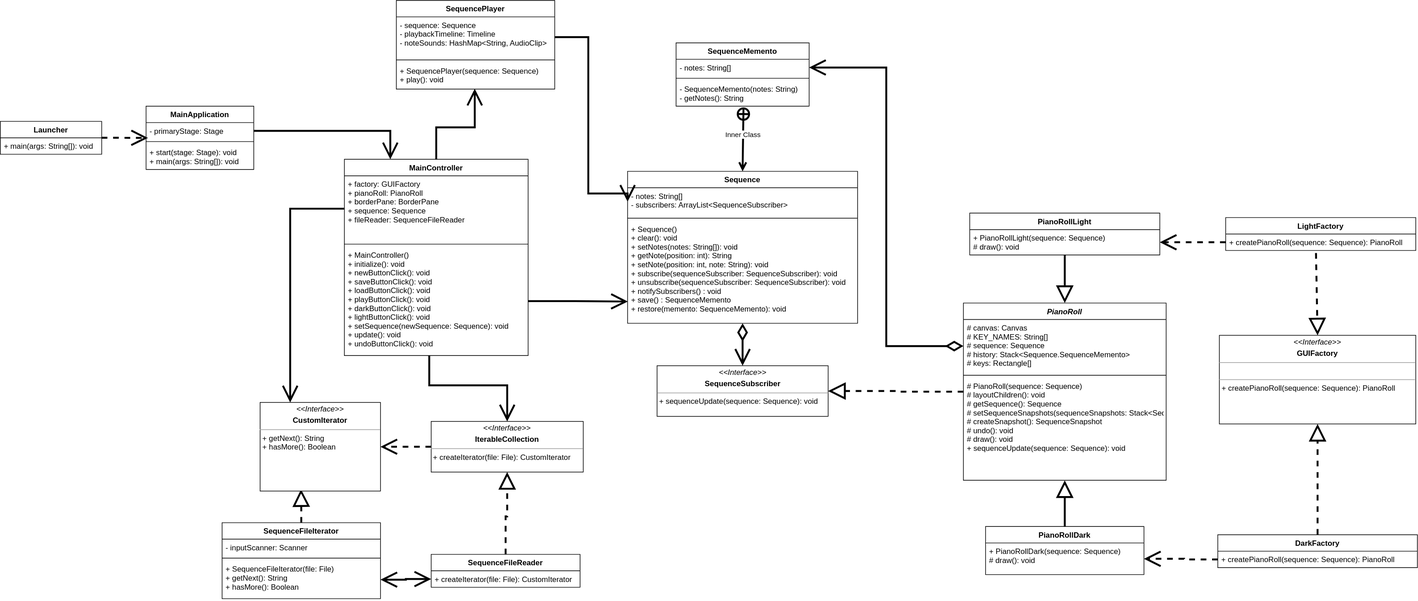
shanepelletier/sequence-o-matic keeps this draw.io diagram as doc/sequence-o-matic-UML.drawio.svg. Above is the earlier version. Source tidied: cells renumbered, new cells last; positions are measured from the earlier drawing's top-left corner, leaving out a move shared by most shapes.
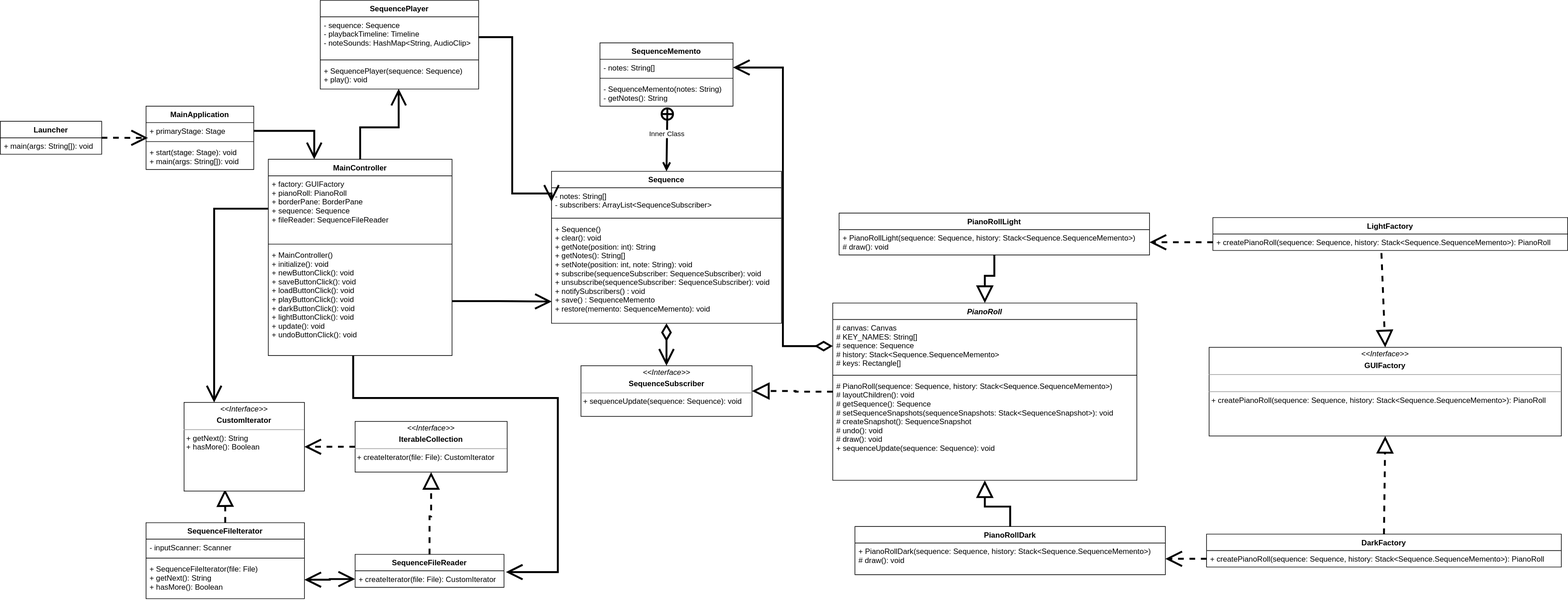
Above is the later version.

Change to the diagram source:
```diff
@@ -3,15 +3,15 @@
     <mxCell id="0" />
     <mxCell id="1" parent="0" />
     <mxCell id="2" value="DarkFactory" style="swimlane;fontStyle=1;align=center;verticalAlign=top;horizontal=1;startSize=26;" parent="1" vertex="1">
-      <mxGeometry x="1921.5" y="844" width="315" height="52" as="geometry" />
+      <mxGeometry x="2024" y="843" width="560" height="52" as="geometry" />
     </mxCell>
-    <mxCell id="3" value="+ createPianoRoll(sequence: Sequence): PianoRoll" style="text;strokeColor=none;fillColor=none;align=left;verticalAlign=top;spacingLeft=4;spacingRight=4;overflow=hidden;points=[[0,0.5],[1,0.5]];portConstraint=eastwest;" parent="2" vertex="1">
-      <mxGeometry y="26" width="315" height="26" as="geometry" />
+    <mxCell id="3" value="+ createPianoRoll(sequence: Sequence, history: Stack&lt;Sequence.SequenceMemento&gt;): PianoRoll" style="text;strokeColor=none;fillColor=none;align=left;verticalAlign=top;spacingLeft=4;spacingRight=4;overflow=hidden;points=[[0,0.5],[1,0.5]];portConstraint=eastwest;" parent="2" vertex="1">
+      <mxGeometry y="26" width="560" height="26" as="geometry" />
     </mxCell>
     <mxCell id="4" value="MainApplication" style="swimlane;fontStyle=1;align=center;verticalAlign=top;horizontal=1;startSize=26;" parent="1" vertex="1">
-      <mxGeometry x="230" y="167" width="170" height="100" as="geometry" />
+      <mxGeometry x="350" y="167" width="170" height="100" as="geometry" />
     </mxCell>
-    <mxCell id="5" value="- primaryStage: Stage" style="text;strokeColor=none;fillColor=none;align=left;verticalAlign=top;spacingLeft=4;spacingRight=4;overflow=hidden;points=[[0,0.5],[1,0.5]];portConstraint=eastwest;" parent="4" vertex="1">
+    <mxCell id="5" value="+ primaryStage: Stage" style="text;strokeColor=none;fillColor=none;align=left;verticalAlign=top;spacingLeft=4;spacingRight=4;overflow=hidden;points=[[0,0.5],[1,0.5]];portConstraint=eastwest;" parent="4" vertex="1">
       <mxGeometry y="26" width="170" height="26" as="geometry" />
     </mxCell>
     <mxCell id="6" style="line;strokeWidth=1;fillColor=none;align=left;verticalAlign=middle;spacingTop=-1;spacingLeft=3;spacingRight=3;labelPosition=right;" parent="4" vertex="1">
@@ -24,7 +24,7 @@
       <mxGeometry relative="1" as="geometry" />
     </mxCell>
     <mxCell id="9" value="Launcher" style="swimlane;fontStyle=1;align=center;verticalAlign=top;horizontal=1;startSize=26;" parent="1" vertex="1">
-      <mxGeometry y="191" width="160" height="52" as="geometry" />
+      <mxGeometry x="120" y="191" width="160" height="52" as="geometry" />
     </mxCell>
     <mxCell id="10" value="+ main(args: String[]): void" style="text;strokeColor=none;fillColor=none;align=left;verticalAlign=top;spacingLeft=4;spacingRight=4;overflow=hidden;" parent="9" vertex="1">
       <mxGeometry y="26" width="160" height="26" as="geometry" />
@@ -41,41 +41,41 @@
     <mxCell id="14" style="line;strokeWidth=1;fillColor=none;align=left;verticalAlign=middle;spacingTop=-1;spacingLeft=3;spacingRight=3;labelPosition=right;" parent="12" vertex="1">
       <mxGeometry y="130" width="290" height="8" as="geometry" />
     </mxCell>
-    <mxCell id="15" value="+ MainController()&#10;+ initialize(): void&#10;+ newButtonClick(): void&#10;+ saveButtonClick(): void&#10;+ loadButtonClick(): void&#10;+ playButtonClick(): void&#10;+ darkButtonClick(): void&#10;+ lightButtonClick(): void&#10;+ setSequence(newSequence: Sequence): void&#10;+ update(): void&#10;+ undoButtonClick(): void&#10;" style="text;strokeColor=none;fillColor=none;align=left;verticalAlign=top;spacingLeft=4;spacingRight=4;overflow=hidden;points=[[0,0.5],[1,0.5]];portConstraint=eastwest;" parent="12" vertex="1">
+    <mxCell id="15" value="+ MainController()&#10;+ initialize(): void&#10;+ newButtonClick(): void&#10;+ saveButtonClick(): void&#10;+ loadButtonClick(): void&#10;+ playButtonClick(): void&#10;+ darkButtonClick(): void&#10;+ lightButtonClick(): void&#10;+ update(): void&#10;+ undoButtonClick(): void&#10;" style="text;strokeColor=none;fillColor=none;align=left;verticalAlign=top;spacingLeft=4;spacingRight=4;overflow=hidden;points=[[0,0.5],[1,0.5]];portConstraint=eastwest;" parent="12" vertex="1">
       <mxGeometry y="138" width="290" height="172" as="geometry" />
     </mxCell>
     <mxCell id="16" style="edgeStyle=orthogonalEdgeStyle;rounded=0;jettySize=auto;html=1;exitX=0;exitY=0.5;exitDx=0;exitDy=0;entryX=1;entryY=0.5;entryDx=0;entryDy=0;startArrow=none;startFill=0;endArrow=block;endFill=0;startSize=20;endSize=20;sourcePerimeterSpacing=15;targetPerimeterSpacing=15;strokeWidth=3;dashed=1;" parent="1" edge="1" source="17" target="48">
       <mxGeometry relative="1" as="geometry" />
     </mxCell>
     <mxCell id="17" value="PianoRoll" style="swimlane;fontStyle=3;align=center;verticalAlign=top;horizontal=1;startSize=26;" parent="1" vertex="1">
-      <mxGeometry x="1520" y="478" width="320" height="280" as="geometry" />
+      <mxGeometry x="1434" y="478" width="480" height="280" as="geometry" />
     </mxCell>
     <mxCell id="18" value="# canvas: Canvas&#10;# KEY_NAMES: String[]&#10;# sequence: Sequence&#10;# history: Stack&lt;Sequence.SequenceMemento&gt;&#10;# keys: Rectangle[]&#10;&#10;" style="text;strokeColor=none;fillColor=none;align=left;verticalAlign=top;spacingLeft=4;spacingRight=4;overflow=hidden;points=[[0,0.5],[1,0.5]];portConstraint=eastwest;" parent="17" vertex="1">
-      <mxGeometry y="26" width="320" height="84" as="geometry" />
+      <mxGeometry y="26" width="480" height="84" as="geometry" />
     </mxCell>
     <mxCell id="19" style="line;strokeWidth=1;fillColor=none;align=left;verticalAlign=middle;spacingTop=-1;spacingLeft=3;spacingRight=3;labelPosition=right;" parent="17" vertex="1">
-      <mxGeometry y="110" width="320" height="8" as="geometry" />
+      <mxGeometry y="110" width="480" height="8" as="geometry" />
     </mxCell>
-    <mxCell id="20" value="# PianoRoll(sequence: Sequence)&#10;# layoutChildren(): void&#10;# getSequence(): Sequence&#10;# setSequenceSnapshots(sequenceSnapshots: Stack&lt;SequenceSnapshot&gt;): void&#10;# createSnapshot(): SequenceSnapshot&#10;# undo(): void&#10;# draw(): void&#10;+ sequenceUpdate(sequence: Sequence): void&#10;" style="text;strokeColor=none;fillColor=none;align=left;verticalAlign=top;spacingLeft=4;spacingRight=4;overflow=hidden;points=[[0,0.5],[1,0.5]];portConstraint=eastwest;" parent="17" vertex="1">
-      <mxGeometry y="118" width="320" height="162" as="geometry" />
+    <mxCell id="20" value="# PianoRoll(sequence: Sequence, history: Stack&lt;Sequence.SequenceMemento&gt;)&#10;# layoutChildren(): void&#10;# getSequence(): Sequence&#10;# setSequenceSnapshots(sequenceSnapshots: Stack&lt;SequenceSnapshot&gt;): void&#10;# createSnapshot(): SequenceSnapshot&#10;# undo(): void&#10;# draw(): void&#10;+ sequenceUpdate(sequence: Sequence): void&#10;" style="text;strokeColor=none;fillColor=none;align=left;verticalAlign=top;spacingLeft=4;spacingRight=4;overflow=hidden;points=[[0,0.5],[1,0.5]];portConstraint=eastwest;" parent="17" vertex="1">
+      <mxGeometry y="118" width="480" height="162" as="geometry" />
     </mxCell>
     <mxCell id="21" style="edgeStyle=orthogonalEdgeStyle;rounded=0;jettySize=auto;html=1;exitX=0.5;exitY=0;exitDx=0;exitDy=0;entryX=0.5;entryY=1.001;entryDx=0;entryDy=0;entryPerimeter=0;endArrow=block;endFill=0;strokeWidth=3;endSize=20;startSize=20;" parent="1" edge="1" source="22" target="20">
       <mxGeometry relative="1" as="geometry" />
     </mxCell>
     <mxCell id="22" value="PianoRollDark" style="swimlane;fontStyle=1;align=center;verticalAlign=top;horizontal=1;startSize=26;" parent="1" vertex="1">
-      <mxGeometry x="1555" y="831" width="250" height="76" as="geometry" />
+      <mxGeometry x="1469" y="831" width="490" height="76" as="geometry" />
     </mxCell>
-    <mxCell id="23" value="+ PianoRollDark(sequence: Sequence)&#10;# draw(): void&#10;" style="text;strokeColor=none;fillColor=none;align=left;verticalAlign=top;spacingLeft=4;spacingRight=4;overflow=hidden;points=[[0,0.5],[1,0.5]];portConstraint=eastwest;" parent="22" vertex="1">
-      <mxGeometry y="26" width="250" height="50" as="geometry" />
+    <mxCell id="23" value="+ PianoRollDark(sequence: Sequence, history: Stack&lt;Sequence.SequenceMemento&gt;)&#10;# draw(): void&#10;" style="text;strokeColor=none;fillColor=none;align=left;verticalAlign=top;spacingLeft=4;spacingRight=4;overflow=hidden;points=[[0,0.5],[1,0.5]];portConstraint=eastwest;" parent="22" vertex="1">
+      <mxGeometry y="26" width="490" height="50" as="geometry" />
     </mxCell>
     <mxCell id="24" style="edgeStyle=orthogonalEdgeStyle;rounded=0;jettySize=auto;html=1;exitX=0.5;exitY=1;exitDx=0;exitDy=0;entryX=0.5;entryY=0;entryDx=0;entryDy=0;endArrow=block;endFill=0;strokeWidth=3;endSize=20;startSize=20;" parent="1" edge="1" source="25" target="17">
       <mxGeometry relative="1" as="geometry" />
     </mxCell>
     <mxCell id="25" value="PianoRollLight" style="swimlane;fontStyle=1;align=center;verticalAlign=top;horizontal=1;startSize=26;" parent="1" vertex="1">
-      <mxGeometry x="1530" y="336" width="300" height="66" as="geometry" />
+      <mxGeometry x="1444" y="336" width="490" height="66" as="geometry" />
     </mxCell>
-    <mxCell id="26" value="+ PianoRollLight(sequence: Sequence)&#10;# draw(): void&#10;" style="text;strokeColor=none;fillColor=none;align=left;verticalAlign=top;spacingLeft=4;spacingRight=4;overflow=hidden;points=[[0,0.5],[1,0.5]];portConstraint=eastwest;" parent="25" vertex="1">
-      <mxGeometry y="26" width="300" height="40" as="geometry" />
+    <mxCell id="26" value="+ PianoRollLight(sequence: Sequence, history: Stack&lt;Sequence.SequenceMemento&gt;)&#10;# draw(): void&#10;" style="text;strokeColor=none;fillColor=none;align=left;verticalAlign=top;spacingLeft=4;spacingRight=4;overflow=hidden;points=[[0,0.5],[1,0.5]];portConstraint=eastwest;" parent="25" vertex="1">
+      <mxGeometry y="26" width="490" height="40" as="geometry" />
     </mxCell>
     <mxCell id="27" style="edgeStyle=orthogonalEdgeStyle;rounded=0;jettySize=auto;html=1;exitX=0.5;exitY=1;exitDx=0;exitDy=0;entryX=0.5;entryY=0;entryDx=0;entryDy=0;endArrow=open;endFill=0;startArrow=diamondThin;startFill=0;targetPerimeterSpacing=15;endSize=20;startSize=20;sourcePerimeterSpacing=15;strokeWidth=3;" parent="1" edge="1" source="28" target="48">
       <mxGeometry relative="1" as="geometry" />
@@ -89,7 +89,7 @@
     <mxCell id="30" style="line;strokeWidth=1;fillColor=none;align=left;verticalAlign=middle;spacingTop=-1;spacingLeft=3;spacingRight=3;labelPosition=right;" parent="28" vertex="1">
       <mxGeometry y="70" width="363" height="8" as="geometry" />
     </mxCell>
-    <mxCell id="31" value="+ Sequence()&#10;+ clear(): void&#10;+ setNotes(notes: String[]): void&#10;+ getNote(position: int): String&#10;+ setNote(position: int, note: String): void&#10;+ subscribe(sequenceSubscriber: SequenceSubscriber): void&#10;+ unsubscribe(sequenceSubscriber: SequenceSubscriber): void&#10;+ notifySubscribers() : void&#10;+ save() : SequenceMemento&#10;+ restore(memento: SequenceMemento): void&#10;&#10;" style="text;strokeColor=none;fillColor=none;align=left;verticalAlign=top;spacingLeft=4;spacingRight=4;overflow=hidden;points=[[0,0.5],[1,0.5]];portConstraint=eastwest;" parent="28" vertex="1">
+    <mxCell id="31" value="+ Sequence()&#10;+ clear(): void&#10;+ getNote(position: int): String&#10;+ getNotes(): String[]&#10;+ setNote(position: int, note: String): void&#10;+ subscribe(sequenceSubscriber: SequenceSubscriber): void&#10;+ unsubscribe(sequenceSubscriber: SequenceSubscriber): void&#10;+ notifySubscribers() : void&#10;+ save() : SequenceMemento&#10;+ restore(memento: SequenceMemento): void&#10;&#10;" style="text;strokeColor=none;fillColor=none;align=left;verticalAlign=top;spacingLeft=4;spacingRight=4;overflow=hidden;points=[[0,0.5],[1,0.5]];portConstraint=eastwest;" parent="28" vertex="1">
       <mxGeometry y="78" width="363" height="162" as="geometry" />
     </mxCell>
     <mxCell id="32" style="edgeStyle=orthogonalEdgeStyle;rounded=0;jettySize=auto;html=1;exitX=0.5;exitY=0;exitDx=0;exitDy=0;entryX=0.34;entryY=0.98;entryDx=0;entryDy=0;entryPerimeter=0;startArrow=none;startFill=0;endArrow=block;endFill=0;startSize=20;endSize=20;sourcePerimeterSpacing=15;targetPerimeterSpacing=15;strokeWidth=3;dashed=1;" parent="1" edge="1" source="33" target="44">
@@ -131,8 +131,8 @@
     <mxCell id="44" value="&lt;p style=&quot;margin: 0px ; margin-top: 4px ; text-align: center&quot;&gt;&lt;i&gt;&amp;lt;&amp;lt;Interface&amp;gt;&amp;gt;&lt;/i&gt;&lt;/p&gt;&lt;p style=&quot;margin: 0px ; margin-top: 4px ; text-align: center&quot;&gt;&lt;b&gt;CustomIterator&lt;/b&gt;&lt;br&gt;&lt;/p&gt;&lt;hr size=&quot;1&quot;&gt;&lt;p style=&quot;margin: 0px ; margin-left: 4px&quot;&gt;+ getNext(): String&lt;/p&gt;&lt;p style=&quot;margin: 0px ; margin-left: 4px&quot;&gt;+ hasMore(): Boolean&lt;br&gt;&lt;/p&gt;" style="verticalAlign=top;align=left;overflow=fill;fontSize=12;fontFamily=Helvetica;html=1;" parent="1" vertex="1">
       <mxGeometry x="410" y="635" width="190" height="140" as="geometry" />
     </mxCell>
-    <mxCell id="45" value="&lt;p style=&quot;margin: 0px ; margin-top: 4px ; text-align: center&quot;&gt;&lt;i&gt;&amp;lt;&amp;lt;Interface&amp;gt;&amp;gt;&lt;/i&gt;&lt;b&gt;&lt;br&gt;&lt;/b&gt;&lt;/p&gt;&lt;p style=&quot;margin: 0px ; margin-top: 4px ; text-align: center&quot;&gt;&lt;b&gt;GUIFactory&lt;/b&gt;&lt;br&gt;&lt;/p&gt;&lt;hr size=&quot;1&quot;&gt;&lt;br&gt;&lt;hr size=&quot;1&quot;&gt;&lt;p style=&quot;margin: 0px ; margin-left: 4px&quot;&gt;+ createPianoRoll(sequence: Sequence): PianoRoll&lt;br&gt;&lt;/p&gt;" style="verticalAlign=top;align=left;overflow=fill;fontSize=12;fontFamily=Helvetica;html=1;" parent="1" vertex="1">
-      <mxGeometry x="1924" y="529" width="310" height="140" as="geometry" />
+    <mxCell id="45" value="&lt;p style=&quot;margin: 0px ; margin-top: 4px ; text-align: center&quot;&gt;&lt;i&gt;&amp;lt;&amp;lt;Interface&amp;gt;&amp;gt;&lt;/i&gt;&lt;b&gt;&lt;br&gt;&lt;/b&gt;&lt;/p&gt;&lt;p style=&quot;margin: 0px ; margin-top: 4px ; text-align: center&quot;&gt;&lt;b&gt;GUIFactory&lt;/b&gt;&lt;br&gt;&lt;/p&gt;&lt;hr size=&quot;1&quot;&gt;&lt;br&gt;&lt;hr size=&quot;1&quot;&gt;&lt;p style=&quot;margin: 0px ; margin-left: 4px&quot;&gt;+ createPianoRoll(sequence: Sequence, history: Stack&amp;lt;Sequence.SequenceMemento&amp;gt;): PianoRoll&lt;br&gt;&lt;/p&gt;" style="verticalAlign=top;align=left;overflow=fill;fontSize=12;fontFamily=Helvetica;html=1;" parent="1" vertex="1">
+      <mxGeometry x="2028" y="548" width="556" height="140" as="geometry" />
     </mxCell>
     <mxCell id="46" style="edgeStyle=orthogonalEdgeStyle;rounded=0;jettySize=auto;html=1;exitX=0;exitY=0.5;exitDx=0;exitDy=0;entryX=1;entryY=0.5;entryDx=0;entryDy=0;dashed=1;endArrow=open;endFill=0;strokeWidth=3;endSize=20;startSize=20;" parent="1" edge="1" source="47" target="44">
       <mxGeometry relative="1" as="geometry" />
@@ -147,10 +147,10 @@
       <mxGeometry relative="1" as="geometry" />
     </mxCell>
     <mxCell id="50" value="LightFactory" style="swimlane;fontStyle=1;align=center;verticalAlign=top;horizontal=1;startSize=26;html=0;" parent="1" vertex="1">
-      <mxGeometry x="1934" y="343" width="300" height="52" as="geometry" />
+      <mxGeometry x="2034" y="343" width="560" height="52" as="geometry" />
     </mxCell>
-    <mxCell id="51" value="+ createPianoRoll(sequence: Sequence): PianoRoll" style="text;strokeColor=none;fillColor=none;align=left;verticalAlign=top;spacingLeft=4;spacingRight=4;overflow=hidden;points=[[0,0.5],[1,0.5]];portConstraint=eastwest;html=0;" parent="50" vertex="1">
-      <mxGeometry y="26" width="300" height="26" as="geometry" />
+    <mxCell id="51" value="+ createPianoRoll(sequence: Sequence, history: Stack&lt;Sequence.SequenceMemento&gt;): PianoRoll" style="text;strokeColor=none;fillColor=none;align=left;verticalAlign=top;spacingLeft=4;spacingRight=4;overflow=hidden;points=[[0,0.5],[1,0.5]];portConstraint=eastwest;html=0;" parent="50" vertex="1">
+      <mxGeometry y="26" width="560" height="26" as="geometry" />
     </mxCell>
     <mxCell id="52" style="endArrow=block;dashed=1;endFill=0;endSize=20;html=1;rounded=0;exitX=0.475;exitY=1.154;exitDx=0;exitDy=0;exitPerimeter=0;entryX=0.5;entryY=0;entryDx=0;entryDy=0;strokeWidth=3;startSize=20;" parent="1" edge="1" source="51" target="45">
       <mxGeometry relative="1" as="geometry" />
@@ -170,8 +170,14 @@
     <mxCell id="57" style="edgeStyle=orthogonalEdgeStyle;rounded=0;jettySize=auto;html=1;exitX=0;exitY=0.5;exitDx=0;exitDy=0;entryX=0.25;entryY=0;entryDx=0;entryDy=0;startArrow=none;startFill=0;endArrow=open;endFill=0;startSize=20;endSize=20;sourcePerimeterSpacing=15;targetPerimeterSpacing=15;strokeWidth=3;" parent="1" edge="1" source="13" target="44">
       <mxGeometry relative="1" as="geometry" />
     </mxCell>
-    <mxCell id="58" style="edgeStyle=orthogonalEdgeStyle;rounded=0;jettySize=auto;html=1;entryX=0.5;entryY=0;entryDx=0;entryDy=0;startArrow=none;startFill=0;endArrow=open;endFill=0;startSize=20;endSize=20;sourcePerimeterSpacing=15;targetPerimeterSpacing=15;strokeWidth=3;exitX=0.462;exitY=1;exitDx=0;exitDy=0;exitPerimeter=0;" parent="1" edge="1" source="15" target="47">
-      <mxGeometry relative="1" as="geometry" />
+    <mxCell id="58" style="edgeStyle=orthogonalEdgeStyle;rounded=0;jettySize=auto;html=1;startArrow=none;startFill=0;endArrow=open;endFill=0;startSize=20;endSize=20;sourcePerimeterSpacing=15;targetPerimeterSpacing=15;strokeWidth=3;exitX=0.462;exitY=1;exitDx=0;exitDy=0;exitPerimeter=0;entryX=1.013;entryY=0.077;entryDx=0;entryDy=0;entryPerimeter=0;" parent="1" edge="1" source="15" target="39">
+      <mxGeometry relative="1" as="geometry">
+        <Array as="points">
+          <mxPoint x="677" y="628" />
+          <mxPoint x="1000" y="628" />
+          <mxPoint x="1000" y="903" />
+        </Array>
+      </mxGeometry>
     </mxCell>
     <mxCell id="59" style="edgeStyle=orthogonalEdgeStyle;rounded=0;jettySize=auto;html=1;exitX=1;exitY=0.5;exitDx=0;exitDy=0;entryX=0.25;entryY=0;entryDx=0;entryDy=0;startArrow=none;startFill=0;endArrow=open;endFill=0;startSize=20;endSize=20;sourcePerimeterSpacing=15;targetPerimeterSpacing=15;strokeWidth=3;" parent="1" edge="1" source="5" target="12">
       <mxGeometry relative="1" as="geometry" />
```
